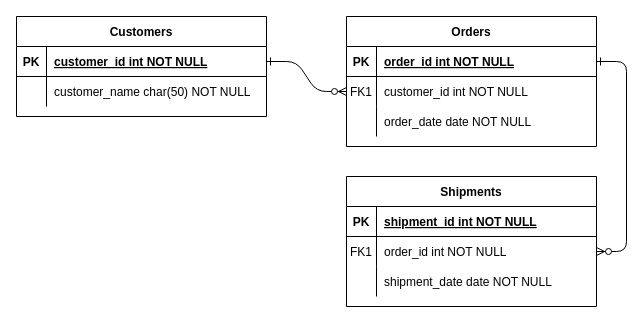
aleestrada/Aprendo keeps this draw.io diagram as Untitled Diagram.drawio. Above is the earlier version. Source tidied: cells renumbered, new cells numbered last; positions are measured from the earlier drawing's top-left corner, leaving out a move shared by most shapes. Both pictures are drawn from the tidied source at 100%, with x=0, y=0 at pixel (16, 16).
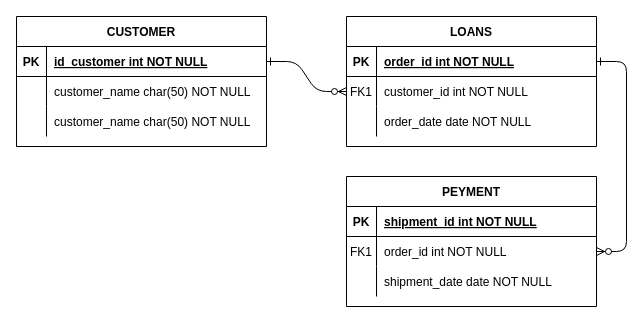
After the change.

The change refers to these unchanged cells:
```xml
<mxCell id="25" style="shape=partialRectangle;fillColor=none;points=[[0,0.5],[1,0.5]];portConstraint=eastwest;top=0;left=0;right=0;bottom=1;" parent="24" vertex="1">
  <mxGeometry y="30" width="250" height="30" as="geometry" />
</mxCell>
```

The edit, as a diff of the source:
```diff
@@
-    <mxCell id="4" value="Orders" style="shape=table;startSize=30;childLayout=tableLayout;rowLines=0;fontStyle=1;align=center;" parent="1" vertex="1">
+    <mxCell id="4" value="LOANS" style="shape=table;startSize=30;childLayout=tableLayout;rowLines=0;fontStyle=1;align=center;" parent="1" vertex="1">
       <mxGeometry x="330" width="250" height="130" as="geometry" />
     </mxCell>
@@
-    <mxCell id="14" value="Shipments" style="shape=table;startSize=30;childLayout=tableLayout;rowLines=0;fontStyle=1;align=center;" parent="1" vertex="1">
+    <mxCell id="14" value="PEYMENT" style="shape=table;startSize=30;childLayout=tableLayout;rowLines=0;fontStyle=1;align=center;" parent="1" vertex="1">
       <mxGeometry x="330" y="160" width="250" height="130" as="geometry" />
     </mxCell>
@@
-    <mxCell id="24" value="Customers" style="shape=table;startSize=30;childLayout=tableLayout;rowLines=0;fontStyle=1;align=center;" parent="1" vertex="1">
-      <mxGeometry width="250" height="100" as="geometry" />
+    <mxCell id="24" value="CUSTOMER" style="shape=table;startSize=30;childLayout=tableLayout;rowLines=0;fontStyle=1;align=center;" parent="1" vertex="1">
+      <mxGeometry width="250" height="130" as="geometry" />
     </mxCell>
@@
-    <mxCell id="27" value="customer_id int NOT NULL " style="shape=partialRectangle;overflow=hidden;fillColor=none;top=0;left=0;bottom=0;right=0;align=left;spacingLeft=6;fontStyle=5;" parent="25" vertex="1">
+    <mxCell id="27" value="id_customer int NOT NULL " style="shape=partialRectangle;overflow=hidden;fillColor=none;top=0;left=0;bottom=0;right=0;align=left;spacingLeft=6;fontStyle=5;" parent="25" vertex="1">
       <mxGeometry x="30" width="220" height="30" as="geometry" />
     </mxCell>
@@
+    <mxCell id="31" style="shape=partialRectangle;fillColor=none;top=0;left=0;right=0;bottom=0;" parent="24" vertex="1">
+      <mxGeometry y="90" width="250" height="30" as="geometry" />
+    </mxCell>
+    <mxCell id="32" style="shape=partialRectangle;overflow=hidden;fillColor=none;top=0;left=0;bottom=0;right=0;" parent="31" vertex="1">
+      <mxGeometry width="30" height="30" as="geometry" />
+    </mxCell>
+    <mxCell id="33" value="customer_name char(50) NOT NULL" style="shape=partialRectangle;overflow=hidden;fillColor=none;top=0;left=0;bottom=0;right=0;align=left;spacingLeft=6;" parent="31" vertex="1">
+      <mxGeometry x="30" width="220" height="30" as="geometry" />
+    </mxCell>
```
